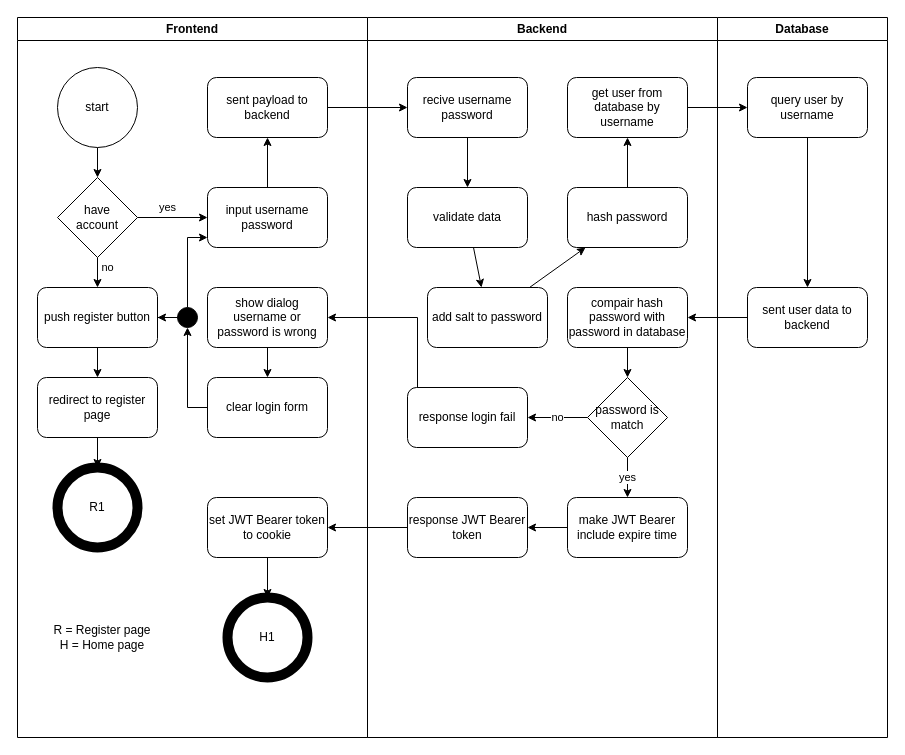
Earlier version of the draw.io diagram page "login" (2 of 11) of docs/artifact/ActivityDiagram/activity_diagram.drawio (ssszZ-TH/party_fullstack_docker3). Source tidied: cells renumbered, new cells numbered last; positions are measured from the earlier drawing's top-left corner, leaving out a move shared by most shapes. Both pictures are drawn from the tidied source at 100%, with x=0, y=0 at pixel (17, 17).
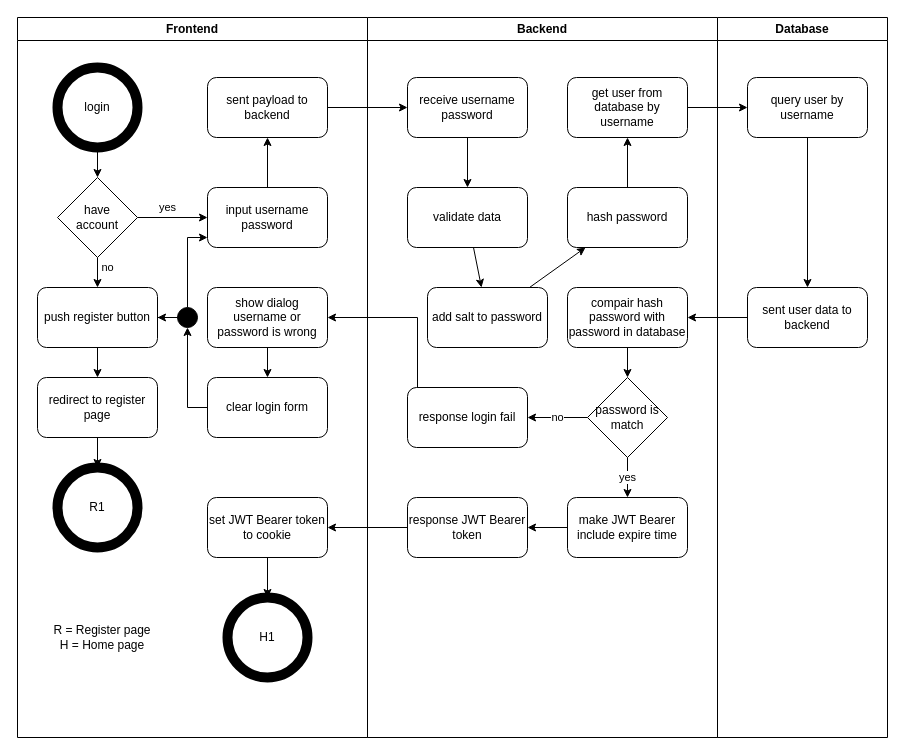
After the change.

The change refers to these unchanged cells:
```xml
<mxCell id="2" value="Frontend" style="swimlane;whiteSpace=wrap;html=1;" parent="1" vertex="1">
  <mxGeometry width="350" height="720" as="geometry" />
</mxCell>
<mxCell id="27" value="Backend" style="swimlane;whiteSpace=wrap;html=1;" parent="1" vertex="1">
  <mxGeometry x="350" width="350" height="720" as="geometry" />
</mxCell>
```

Diff of the diagram source:
```diff
@@
-    <mxCell id="11" value="start" style="ellipse;whiteSpace=wrap;html=1;" parent="2" vertex="1">
+    <mxCell id="11" value="login" style="ellipse;whiteSpace=wrap;html=1;strokeWidth=10;" parent="2" vertex="1">
       <mxGeometry x="40" y="50" width="80" height="80" as="geometry" />
     </mxCell>
@@
-    <mxCell id="44" value="recive username password" style="rounded=1;whiteSpace=wrap;html=1;" parent="27" vertex="1">
+    <mxCell id="44" value="receive username password" style="rounded=1;whiteSpace=wrap;html=1;" parent="27" vertex="1">
       <mxGeometry x="40" y="60" width="120" height="60" as="geometry" />
     </mxCell>
```
